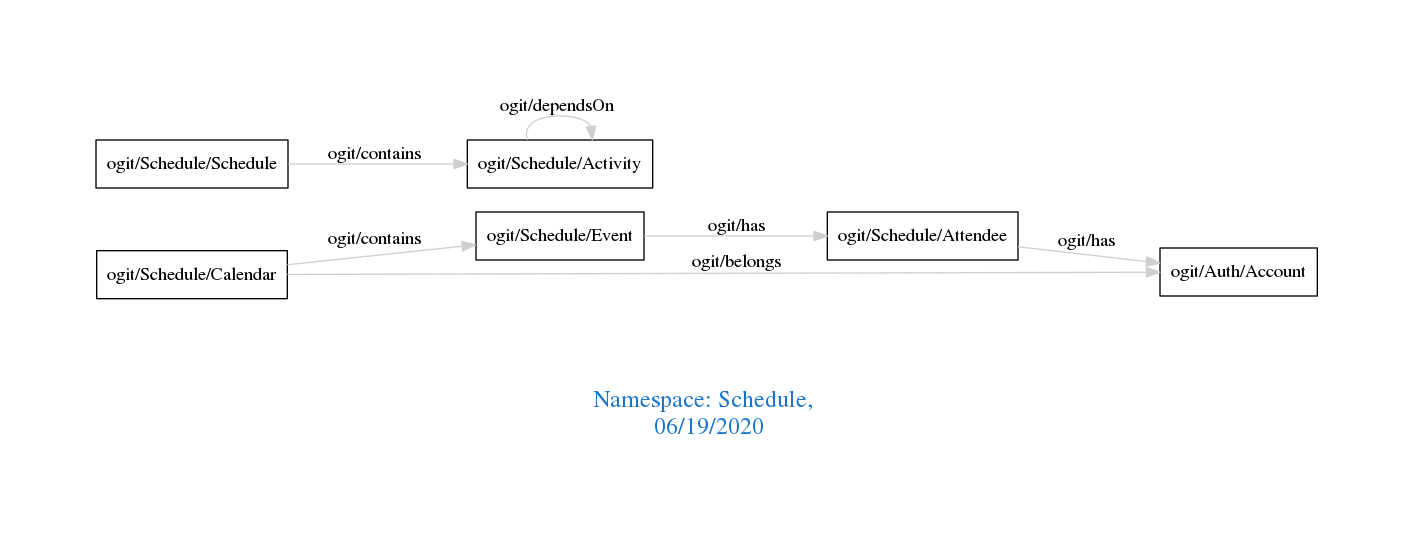
arago/OGIT keeps this Graphviz diagram as downloads/Schedule.png. Above is the earlier version. Its source is kept beside it as downloads/Schedule.dot.
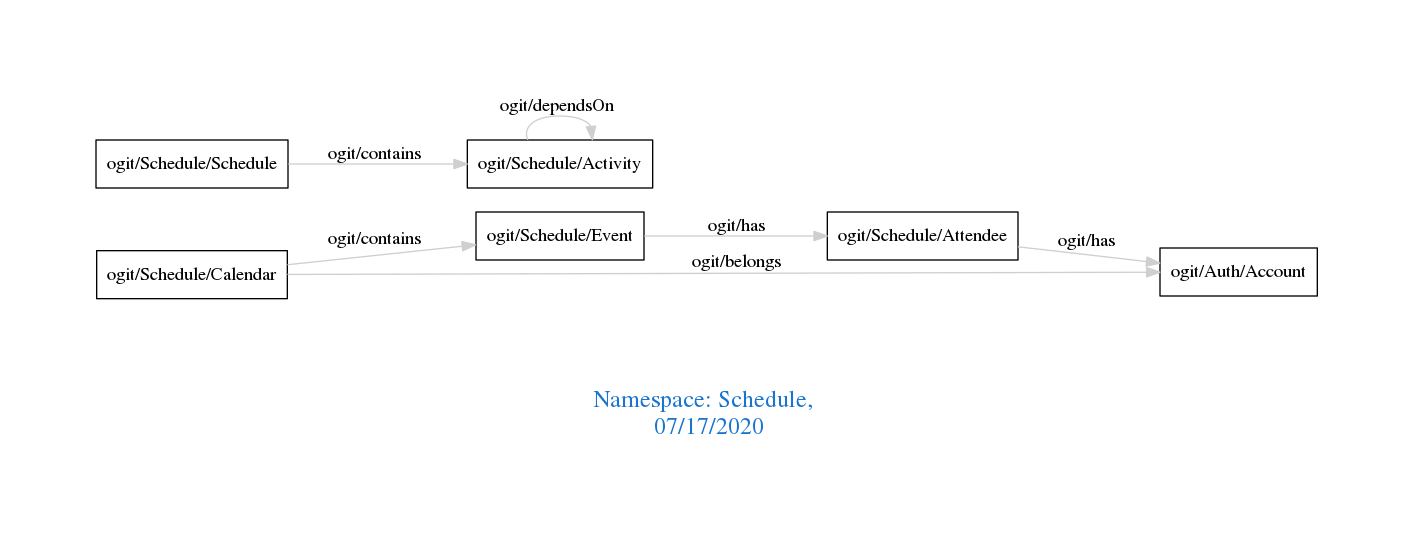
Above is the later version.

Change to the diagram source:
```diff
@@ -1,7 +1,7 @@
 digraph OGIT_ontology {
  graph [ rankdir= LR,pad=1
 fontsize = 18,
-fontcolor= dodgerblue3,label = "\n\n\nNamespace: Schedule, \n 06/19/2020"];
+fontcolor= dodgerblue3,label = "\n\n\nNamespace: Schedule, \n 07/17/2020"];
 node[shape=polygon];
 edge [  color="gray81"];
 
```
